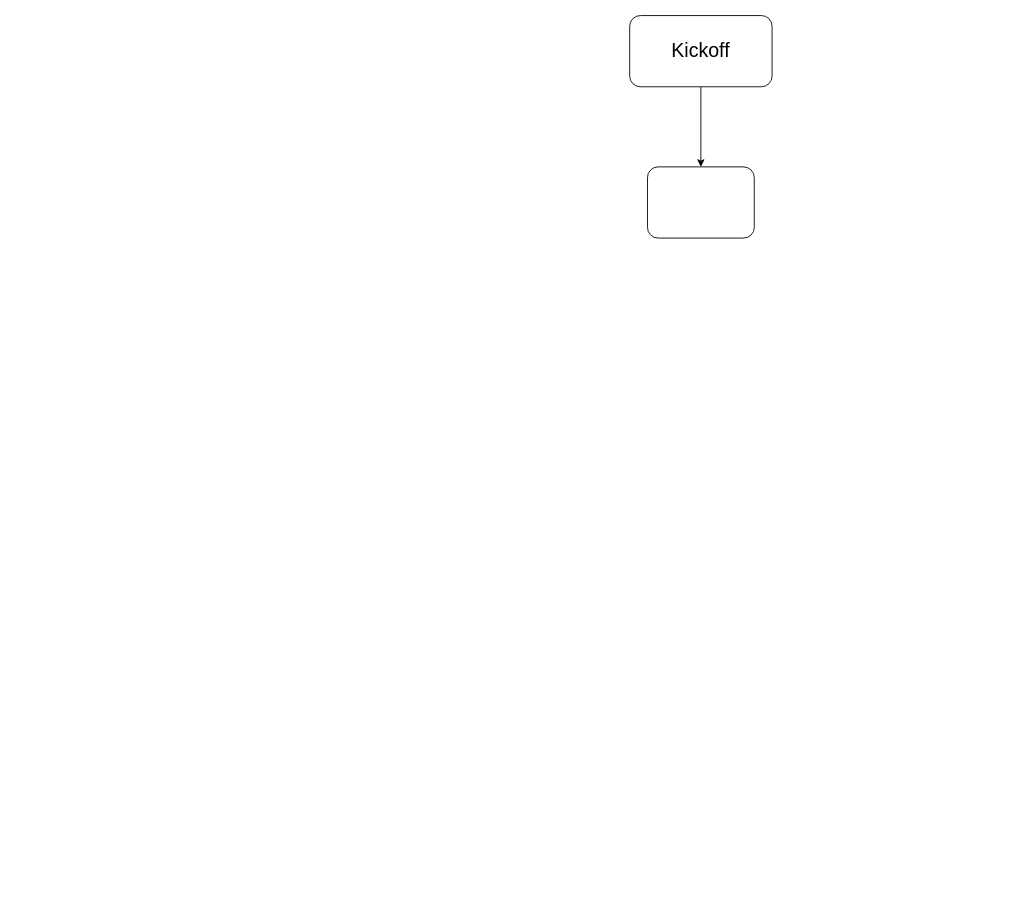
Before: ProjectVoortgangFlowchart.drawio in MSterken/RemoteSensingApp, a draw.io diagram. Source tidied: cells renumbered, new cells numbered last; positions are measured from the earlier drawing's top-left corner, leaving out a move shared by most shapes. Both pictures are drawn from the tidied source at 89%, with x=0, y=0 at pixel (629, 15).
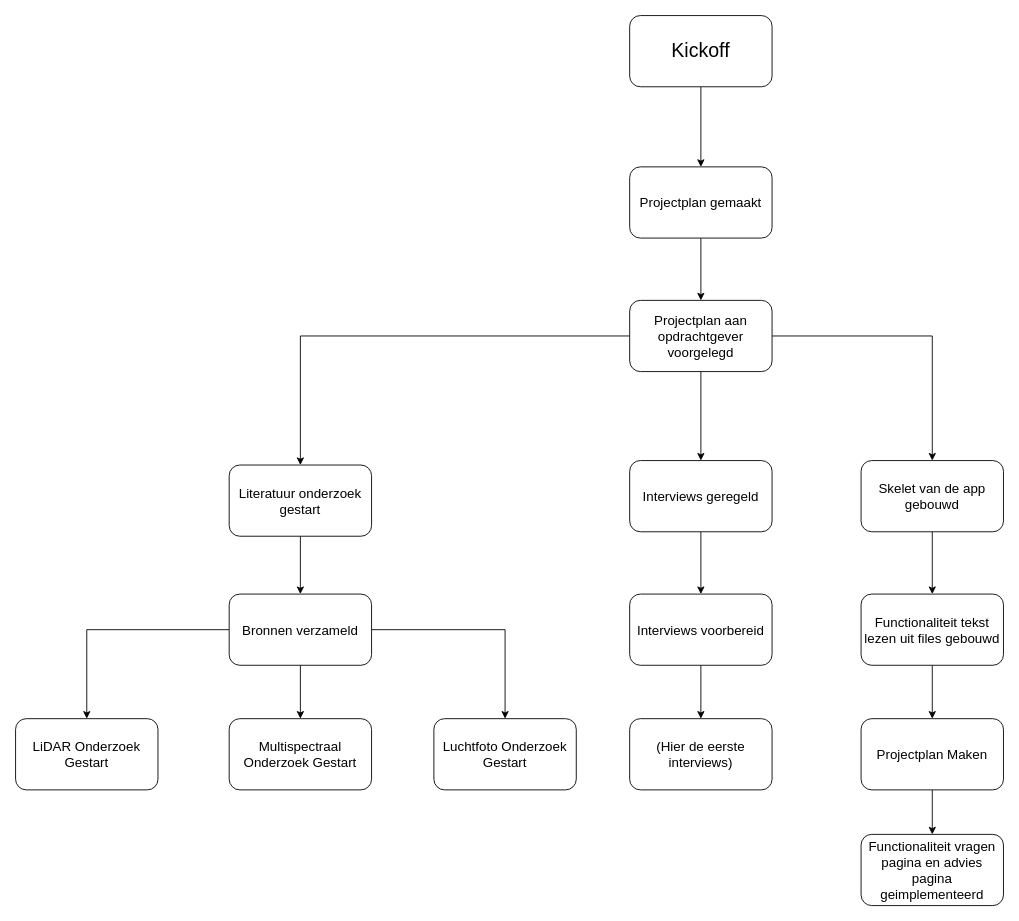
The same diagram, later.

The edit, as a diff of the source:
```diff
@@
+    <mxCell id="5" style="edgeStyle=orthogonalEdgeStyle;rounded=0;jettySize=auto;html=1;" parent="1" edge="1" source="4" target="9">
+      <mxGeometry relative="1" as="geometry" />
+    </mxCell>
-    <mxCell id="4" style="whiteSpace=wrap;html=1;rounded=1;" parent="1" vertex="1">
-      <mxGeometry x="20" y="170" width="120" height="80" as="geometry" />
+    <mxCell id="4" value="&lt;font style=&quot;font-size: 15px;&quot;&gt;Projectplan gemaakt&lt;/font&gt;" style="whiteSpace=wrap;html=1;rounded=1;" parent="1" vertex="1">
+      <mxGeometry y="170" width="160" height="80" as="geometry" />
     </mxCell>
+    <mxCell id="6" style="edgeStyle=orthogonalEdgeStyle;rounded=0;jettySize=auto;html=1;" parent="1" edge="1" source="9" target="11">
+      <mxGeometry relative="1" as="geometry" />
+    </mxCell>
+    <mxCell id="7" style="edgeStyle=orthogonalEdgeStyle;rounded=0;jettySize=auto;html=1;" parent="1" edge="1" source="9" target="13">
+      <mxGeometry relative="1" as="geometry" />
+    </mxCell>
+    <mxCell id="8" style="edgeStyle=orthogonalEdgeStyle;rounded=0;jettySize=auto;html=1;" parent="1" edge="1" source="9" target="15">
+      <mxGeometry relative="1" as="geometry" />
+    </mxCell>
+    <mxCell id="9" value="&lt;font style=&quot;font-size: 15px;&quot;&gt;Projectplan aan opdrachtgever voorgelegd&lt;/font&gt;" style="whiteSpace=wrap;html=1;rounded=1;" parent="1" vertex="1">
+      <mxGeometry y="320" width="160" height="80" as="geometry" />
+    </mxCell>
+    <mxCell id="10" style="edgeStyle=orthogonalEdgeStyle;rounded=0;jettySize=auto;html=1;" parent="1" edge="1" source="11" target="19">
+      <mxGeometry relative="1" as="geometry" />
+    </mxCell>
+    <mxCell id="11" value="&lt;font style=&quot;font-size: 15px;&quot;&gt;Literatuur onderzoek gestart&lt;/font&gt;" style="whiteSpace=wrap;html=1;rounded=1;" parent="1" vertex="1">
+      <mxGeometry x="-450" y="505" width="160" height="80" as="geometry" />
+    </mxCell>
+    <mxCell id="12" style="edgeStyle=orthogonalEdgeStyle;rounded=0;jettySize=auto;html=1;" parent="1" edge="1" source="13" target="23">
+      <mxGeometry relative="1" as="geometry" />
+    </mxCell>
+    <mxCell id="13" value="&lt;span style=&quot;font-size: 15px;&quot;&gt;Skelet van de app gebouwd&lt;/span&gt;" style="whiteSpace=wrap;html=1;rounded=1;" parent="1" vertex="1">
+      <mxGeometry x="260" y="500" width="160" height="80" as="geometry" />
+    </mxCell>
+    <mxCell id="14" style="edgeStyle=orthogonalEdgeStyle;rounded=0;jettySize=auto;html=1;" parent="1" edge="1" source="15" target="21">
+      <mxGeometry relative="1" as="geometry" />
+    </mxCell>
+    <mxCell id="15" value="&lt;font style=&quot;font-size: 15px;&quot;&gt;Interviews geregeld&lt;/font&gt;" style="whiteSpace=wrap;html=1;rounded=1;" parent="1" vertex="1">
+      <mxGeometry y="500" width="160" height="80" as="geometry" />
+    </mxCell>
+    <mxCell id="16" style="edgeStyle=orthogonalEdgeStyle;rounded=0;jettySize=auto;html=1;" parent="1" edge="1" source="19" target="25">
+      <mxGeometry relative="1" as="geometry" />
+    </mxCell>
+    <mxCell id="17" style="edgeStyle=orthogonalEdgeStyle;rounded=0;jettySize=auto;html=1;" parent="1" edge="1" source="19" target="24">
+      <mxGeometry relative="1" as="geometry" />
+    </mxCell>
+    <mxCell id="18" style="edgeStyle=orthogonalEdgeStyle;rounded=0;jettySize=auto;html=1;" parent="1" edge="1" source="19" target="26">
+      <mxGeometry relative="1" as="geometry" />
+    </mxCell>
+    <mxCell id="19" value="&lt;font style=&quot;font-size: 15px;&quot;&gt;Bronnen verzameld&lt;/font&gt;" style="whiteSpace=wrap;html=1;rounded=1;" parent="1" vertex="1">
+      <mxGeometry x="-450" y="650" width="160" height="80" as="geometry" />
+    </mxCell>
+    <mxCell id="20" style="edgeStyle=orthogonalEdgeStyle;rounded=0;jettySize=auto;html=1;" parent="1" edge="1" source="21" target="27">
+      <mxGeometry relative="1" as="geometry" />
+    </mxCell>
+    <mxCell id="21" value="&lt;font style=&quot;font-size: 15px;&quot;&gt;Interviews voorbereid&lt;/font&gt;" style="whiteSpace=wrap;html=1;rounded=1;" parent="1" vertex="1">
+      <mxGeometry y="650" width="160" height="80" as="geometry" />
+    </mxCell>
+    <mxCell id="22" style="edgeStyle=orthogonalEdgeStyle;rounded=0;jettySize=auto;html=1;" parent="1" edge="1" source="23" target="29">
+      <mxGeometry relative="1" as="geometry" />
+    </mxCell>
+    <mxCell id="23" value="&lt;font style=&quot;font-size: 15px;&quot;&gt;Functionaliteit tekst lezen uit files gebouwd&lt;/font&gt;" style="whiteSpace=wrap;html=1;rounded=1;" parent="1" vertex="1">
+      <mxGeometry x="260" y="650" width="160" height="80" as="geometry" />
+    </mxCell>
+    <mxCell id="24" value="&lt;font style=&quot;font-size: 15px;&quot;&gt;LiDAR Onderzoek Gestart&lt;/font&gt;" style="whiteSpace=wrap;html=1;rounded=1;" parent="1" vertex="1">
+      <mxGeometry x="-690" y="790" width="160" height="80" as="geometry" />
+    </mxCell>
+    <mxCell id="25" value="&lt;font style=&quot;font-size: 15px;&quot;&gt;Multispectraal Onderzoek Gestart&lt;/font&gt;" style="whiteSpace=wrap;html=1;rounded=1;" parent="1" vertex="1">
+      <mxGeometry x="-450" y="790" width="160" height="80" as="geometry" />
+    </mxCell>
+    <mxCell id="26" value="&lt;font style=&quot;font-size: 15px;&quot;&gt;Luchtfoto Onderzoek Gestart&lt;/font&gt;" style="whiteSpace=wrap;html=1;rounded=1;" parent="1" vertex="1">
+      <mxGeometry x="-220" y="790" width="160" height="80" as="geometry" />
+    </mxCell>
+    <mxCell id="27" value="&lt;font style=&quot;font-size: 15px;&quot;&gt;(Hier de eerste interviews)&lt;/font&gt;" style="whiteSpace=wrap;html=1;rounded=1;" parent="1" vertex="1">
+      <mxGeometry y="790" width="160" height="80" as="geometry" />
+    </mxCell>
+    <mxCell id="28" style="edgeStyle=orthogonalEdgeStyle;rounded=0;jettySize=auto;html=1;" parent="1" edge="1" source="29" target="30">
+      <mxGeometry relative="1" as="geometry" />
+    </mxCell>
+    <mxCell id="29" value="&lt;font style=&quot;font-size: 15px;&quot;&gt;Projectplan Maken&lt;/font&gt;" style="whiteSpace=wrap;html=1;rounded=1;" parent="1" vertex="1">
+      <mxGeometry x="260" y="790" width="160" height="80" as="geometry" />
+    </mxCell>
+    <mxCell id="30" value="&lt;font style=&quot;font-size: 15px;&quot;&gt;Functionaliteit vragen pagina en advies pagina geimplementeerd&lt;/font&gt;" style="whiteSpace=wrap;html=1;rounded=1;" parent="1" vertex="1">
+      <mxGeometry x="260" y="920" width="160" height="80" as="geometry" />
+    </mxCell>
```
